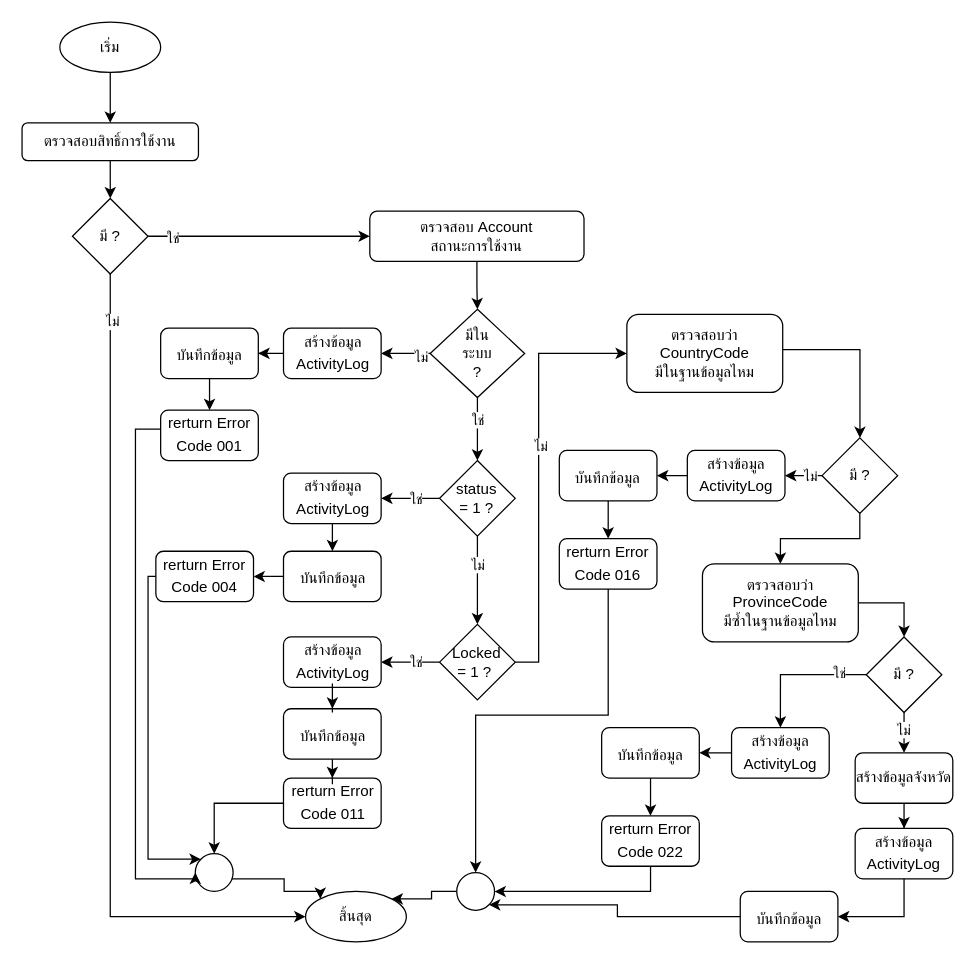
Earlier version of the draw.io diagram page "หน้า-3" (3 of 4) of District.drawio (charifrodmanee/charifrodmanee). Source tidied: cells renumbered, new cells numbered last; positions are measured from the earlier drawing's top-left corner, leaving out a move shared by most shapes. Both pictures are drawn from the tidied source at 126%, with x=0, y=0 at pixel (21, 21).
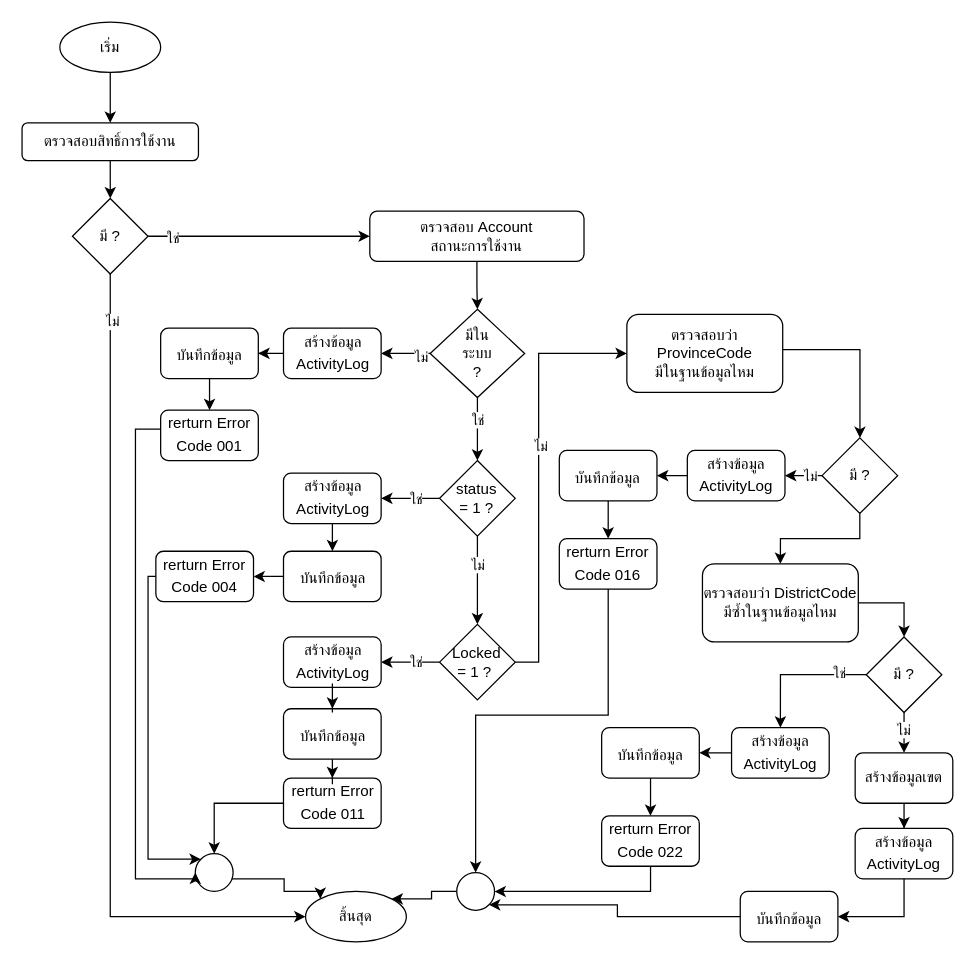
After the change.

Unchanged cells that the change refers to:
```xml
<mxCell id="2" style="group;" parent="1" vertex="1">
  <mxGeometry width="738.8" height="730" as="geometry" />
</mxCell>
```

The edit, as a diff of the source:
```diff
@@
-    <mxCell id="29" value="ตรวจสอบว่า CountryCode &lt;br&gt;มีในฐานข้อมูลไหม" style="rounded=1;whiteSpace=wrap;html=1;" parent="2" vertex="1">
+    <mxCell id="29" value="ตรวจสอบว่า ProvinceCode &lt;br&gt;มีในฐานข้อมูลไหม" style="rounded=1;whiteSpace=wrap;html=1;" parent="2" vertex="1">
       <mxGeometry x="480" y="232" width="123.7" height="62" as="geometry" />
     </mxCell>
@@
-    <mxCell id="63" value="ตรวจสอบว่า ProvinceCode &lt;br&gt;มีซ้ำในฐานข้อมูลไหม" style="rounded=1;whiteSpace=wrap;html=1;" parent="2" vertex="1">
+    <mxCell id="63" value="ตรวจสอบว่า DistrictCode &lt;br&gt;มีซ้ำในฐานข้อมูลไหม" style="rounded=1;whiteSpace=wrap;html=1;" parent="2" vertex="1">
       <mxGeometry x="540" y="430" width="123.7" height="62" as="geometry" />
     </mxCell>
@@
-    <mxCell id="75" value="สร้างข้อมูลจังหวัด" style="rounded=1;whiteSpace=wrap;html=1;" parent="2" vertex="1">
+    <mxCell id="75" value="สร้างข้อมูลเขต" style="rounded=1;whiteSpace=wrap;html=1;" parent="2" vertex="1">
       <mxGeometry x="661.2" y="580" width="77.5" height="40" as="geometry" />
     </mxCell>
```
